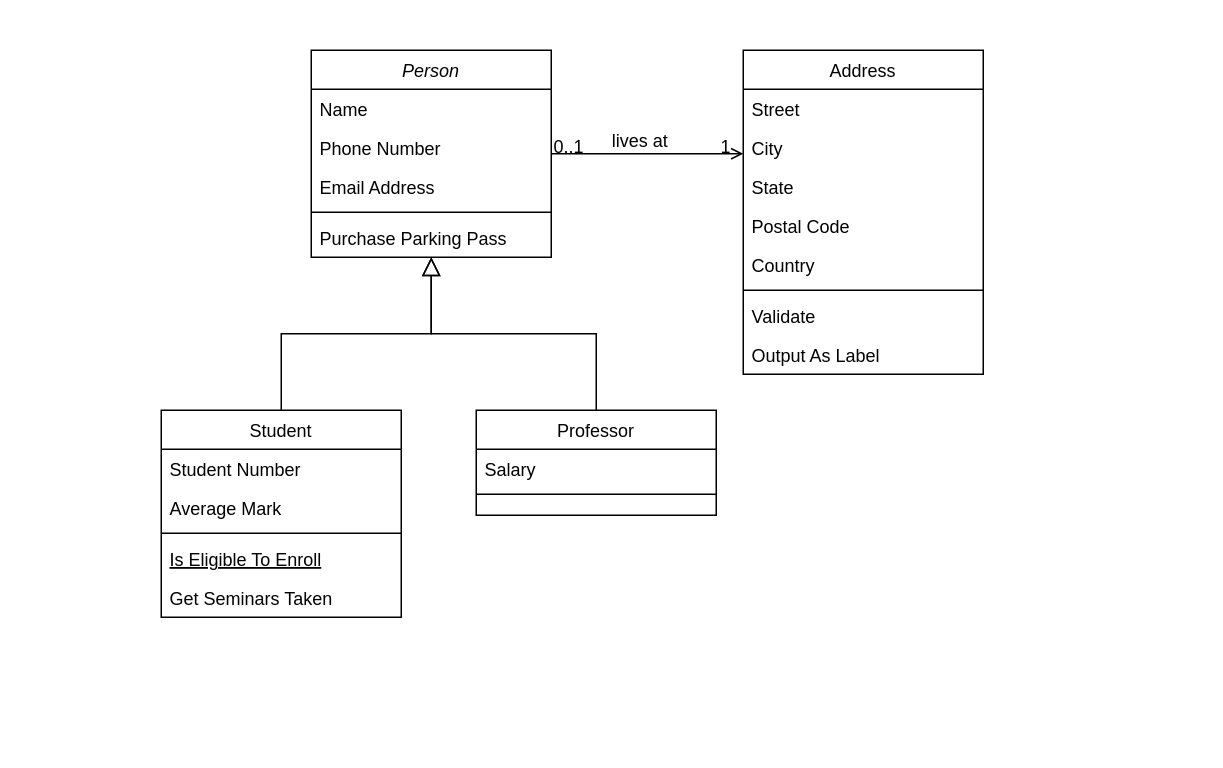
This is ER-Werkzeugkasten.drawio from Benjamin-K/draw.io, a draw.io file, before an edit. Source tidied: cells renumbered, new cells numbered last; positions are measured from the earlier drawing's top-left corner, leaving out a move shared by most shapes. Both pictures are drawn from the tidied source at 150%, with x=0, y=0 at pixel (160, 50).
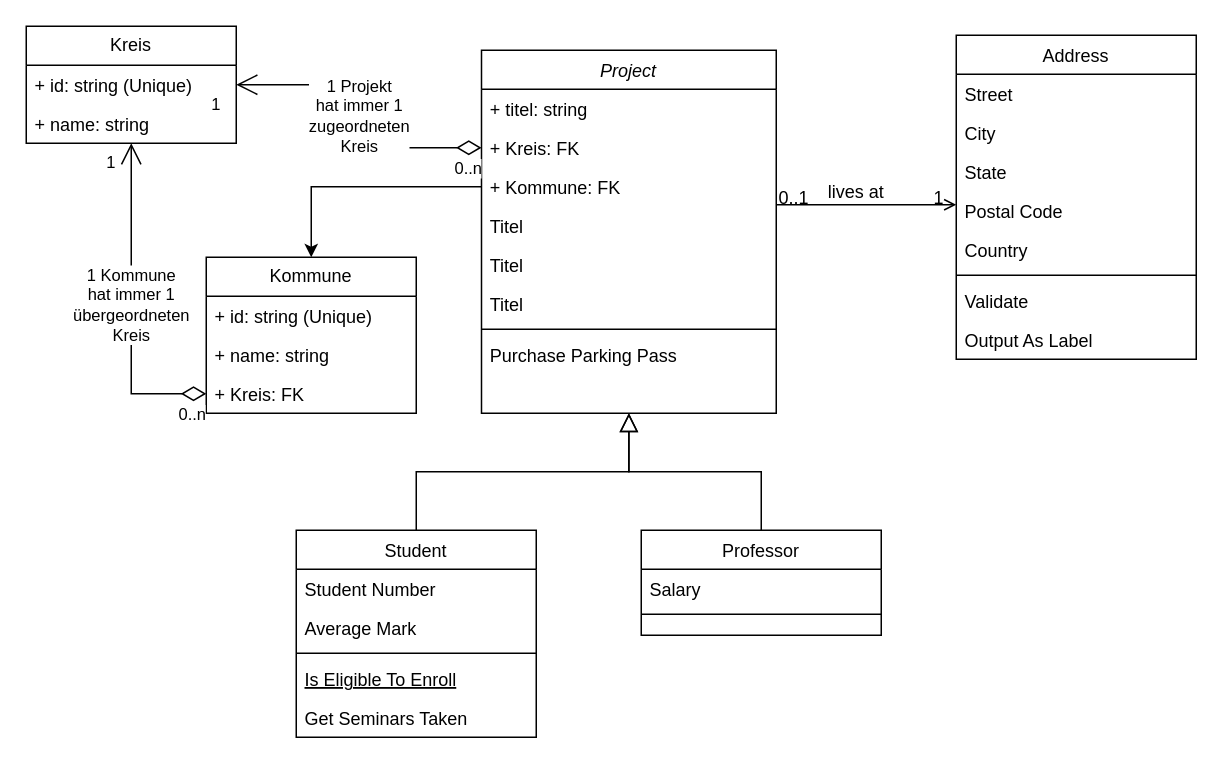
The same diagram, later.

Change to the diagram source:
```diff
@@
-    <mxCell id="2" value="Person" style="swimlane;fontStyle=2;align=center;verticalAlign=top;horizontal=1;startSize=26;rounded=0;shadow=0;strokeWidth=1;" parent="1" vertex="1">
-      <mxGeometry x="100" width="160" height="138" as="geometry" />
+    <mxCell id="2" value="Project" style="swimlane;fontStyle=2;align=center;verticalAlign=top;horizontal=1;startSize=26;rounded=0;shadow=0;strokeWidth=1;" parent="1" vertex="1">
+      <mxGeometry x="213.5" width="196.5" height="242" as="geometry" />
     </mxCell>
-    <mxCell id="3" value="Name" style="text;align=left;verticalAlign=top;spacingLeft=4;spacingRight=4;overflow=hidden;" parent="2" vertex="1">
-      <mxGeometry y="26" width="160" height="26" as="geometry" />
+    <mxCell id="3" value="+ titel: string" style="text;align=left;verticalAlign=top;spacingLeft=4;spacingRight=4;overflow=hidden;" parent="2" vertex="1">
+      <mxGeometry y="26" width="196.5" height="26" as="geometry" />
     </mxCell>
-    <mxCell id="4" value="Phone Number" style="text;align=left;verticalAlign=top;spacingLeft=4;spacingRight=4;overflow=hidden;rounded=0;shadow=0;html=0;" parent="2" vertex="1">
-      <mxGeometry y="52" width="160" height="26" as="geometry" />
-    </mxCell>
-    <mxCell id="5" value="Email Address" style="text;align=left;verticalAlign=top;spacingLeft=4;spacingRight=4;overflow=hidden;rounded=0;shadow=0;html=0;" parent="2" vertex="1">
-      <mxGeometry y="78" width="160" height="26" as="geometry" />
-    </mxCell>
+    <mxCell id="32" value="+ Kreis: FK" style="text;align=left;verticalAlign=top;spacingLeft=4;spacingRight=4;overflow=hidden;points=[[0,0.5],[1,0.5]];portConstraint=eastwest;" parent="2" vertex="1">
+      <mxGeometry y="52" width="196.5" height="26" as="geometry" />
+    </mxCell>
+    <mxCell id="33" value="+ Kommune: FK" style="text;align=left;verticalAlign=top;spacingLeft=4;spacingRight=4;overflow=hidden;points=[[0,0.5],[1,0.5]];portConstraint=eastwest;" parent="2" vertex="1">
+      <mxGeometry y="78" width="196.5" height="26" as="geometry" />
+    </mxCell>
+    <mxCell id="34" value="Titel" style="text;align=left;verticalAlign=top;spacingLeft=4;spacingRight=4;overflow=hidden;" parent="2" vertex="1">
+      <mxGeometry y="104" width="196.5" height="26" as="geometry" />
+    </mxCell>
+    <mxCell id="35" value="Titel" style="text;align=left;verticalAlign=top;spacingLeft=4;spacingRight=4;overflow=hidden;" parent="2" vertex="1">
+      <mxGeometry y="130" width="196.5" height="26" as="geometry" />
+    </mxCell>
+    <mxCell id="36" value="Titel" style="text;align=left;verticalAlign=top;spacingLeft=4;spacingRight=4;overflow=hidden;" parent="2" vertex="1">
+      <mxGeometry y="156" width="196.5" height="26" as="geometry" />
+    </mxCell>
     <mxCell id="6" style="line;html=1;strokeWidth=1;align=left;verticalAlign=middle;spacingTop=-1;spacingLeft=3;spacingRight=3;labelPosition=right;" parent="2" vertex="1">
-      <mxGeometry y="104" width="160" height="8" as="geometry" />
+      <mxGeometry y="182" width="196.5" height="8" as="geometry" />
     </mxCell>
     <mxCell id="7" value="Purchase Parking Pass" style="text;align=left;verticalAlign=top;spacingLeft=4;spacingRight=4;overflow=hidden;" parent="2" vertex="1">
-      <mxGeometry y="112" width="160" height="26" as="geometry" />
+      <mxGeometry y="190" width="196.5" height="26" as="geometry" />
     </mxCell>
     <mxCell id="8" value="Student" style="swimlane;fontStyle=0;align=center;verticalAlign=top;horizontal=1;startSize=26;rounded=0;shadow=0;strokeWidth=1;" parent="1" vertex="1">
-      <mxGeometry y="240" width="160" height="138" as="geometry" />
+      <mxGeometry x="90" y="320" width="160" height="138" as="geometry" />
     </mxCell>
@@
     <mxCell id="15" value="Professor" style="swimlane;fontStyle=0;align=center;verticalAlign=top;horizontal=1;startSize=26;rounded=0;shadow=0;strokeWidth=1;" parent="1" vertex="1">
-      <mxGeometry x="210" y="240" width="160" height="70" as="geometry" />
+      <mxGeometry x="320" y="320" width="160" height="70" as="geometry" />
     </mxCell>
@@
     <mxCell id="19" value="Address" style="swimlane;fontStyle=0;align=center;verticalAlign=top;horizontal=1;startSize=26;rounded=0;shadow=0;strokeWidth=1;" parent="1" vertex="1">
-      <mxGeometry x="388" width="160" height="216" as="geometry" />
+      <mxGeometry x="530" y="-10" width="160" height="216" as="geometry" />
     </mxCell>
@@
+    <mxCell id="37" value="Kommune" style="swimlane;fontStyle=0;horizontal=1;startSize=26;fillColor=none;whiteSpace=wrap;html=1;" parent="1" vertex="1">
+      <mxGeometry x="30" y="138" width="140" height="104" as="geometry" />
+    </mxCell>
+    <mxCell id="38" value="+ id: string (Unique)" style="text;strokeColor=none;fillColor=none;align=left;verticalAlign=top;spacingLeft=4;spacingRight=4;overflow=hidden;whiteSpace=wrap;html=1;" parent="37" vertex="1">
+      <mxGeometry y="26" width="140" height="26" as="geometry" />
+    </mxCell>
+    <mxCell id="39" value="+ name: string" style="text;strokeColor=none;fillColor=none;align=left;verticalAlign=top;spacingLeft=4;spacingRight=4;overflow=hidden;whiteSpace=wrap;html=1;" parent="37" vertex="1">
+      <mxGeometry y="52" width="140" height="26" as="geometry" />
+    </mxCell>
+    <mxCell id="40" value="+ Kreis: FK" style="text;strokeColor=none;fillColor=none;align=left;verticalAlign=top;spacingLeft=4;spacingRight=4;overflow=hidden;points=[[0,0.5],[1,0.5]];portConstraint=eastwest;whiteSpace=wrap;html=1;" parent="37" vertex="1">
+      <mxGeometry y="78" width="140" height="26" as="geometry" />
+    </mxCell>
+    <mxCell id="41" style="edgeStyle=orthogonalEdgeStyle;rounded=0;jettySize=auto;html=1;entryX=0.5;entryY=0;entryDx=0;entryDy=0;" parent="1" edge="1" source="33" target="37">
+      <mxGeometry relative="1" as="geometry">
+        <Array as="points">
+          <mxPoint x="100" y="91" />
+        </Array>
+      </mxGeometry>
+    </mxCell>
+    <mxCell id="42" value="Kreis" style="swimlane;fontStyle=0;horizontal=1;startSize=26;fillColor=none;whiteSpace=wrap;html=1;" parent="1" vertex="1">
+      <mxGeometry x="-90" y="-16" width="140" height="78" as="geometry" />
+    </mxCell>
+    <mxCell id="43" value="+ id: string (Unique)" style="text;strokeColor=none;fillColor=none;align=left;verticalAlign=top;spacingLeft=4;spacingRight=4;overflow=hidden;whiteSpace=wrap;html=1;" parent="42" vertex="1">
+      <mxGeometry y="26" width="140" height="26" as="geometry" />
+    </mxCell>
+    <mxCell id="44" value="+ name: string" style="text;strokeColor=none;fillColor=none;align=left;verticalAlign=top;spacingLeft=4;spacingRight=4;overflow=hidden;whiteSpace=wrap;html=1;" parent="42" vertex="1">
+      <mxGeometry y="52" width="140" height="26" as="geometry" />
+    </mxCell>
+    <mxCell id="45" value="1 Kommune &lt;br&gt;hat&amp;nbsp;immer 1 &lt;br&gt;übergeordneten&lt;br&gt;Kreis" style="endArrow=open;html=1;endSize=12;startArrow=diamondThin;startSize=14;startFill=0;edgeStyle=orthogonalEdgeStyle;rounded=0;exitX=0;exitY=0.5;exitDx=0;exitDy=0;" parent="1" edge="1" source="40" target="42">
+      <mxGeometry relative="1" as="geometry" />
+    </mxCell>
+    <mxCell id="46" value="0..n" style="edgeLabel;html=1;align=left;verticalAlign=top;" parent="45" vertex="1">
+      <mxGeometry x="-1" relative="1" as="geometry">
+        <mxPoint x="-20" y="1" as="offset" />
+      </mxGeometry>
+    </mxCell>
+    <mxCell id="47" value="1" style="edgeLabel;html=1;align=right;verticalAlign=top;" parent="45" vertex="1">
+      <mxGeometry x="1" relative="1" as="geometry">
+        <mxPoint x="-10" as="offset" />
+      </mxGeometry>
+    </mxCell>
+    <mxCell id="48" value="1 Projekt&lt;br&gt;hat&amp;nbsp;immer 1 &lt;br&gt;zugeordneten&lt;br&gt;Kreis" style="endArrow=open;html=1;endSize=12;startArrow=diamondThin;startSize=14;startFill=0;edgeStyle=orthogonalEdgeStyle;rounded=0;" parent="1" edge="1" source="32" target="42">
+      <mxGeometry relative="1" as="geometry" />
+    </mxCell>
+    <mxCell id="49" value="0..n" style="edgeLabel;html=1;align=left;verticalAlign=top;" parent="48" vertex="1">
+      <mxGeometry x="-1" relative="1" as="geometry">
+        <mxPoint x="-20" y="1" as="offset" />
+      </mxGeometry>
+    </mxCell>
+    <mxCell id="50" value="1" style="edgeLabel;html=1;align=right;verticalAlign=top;" parent="48" vertex="1">
+      <mxGeometry x="1" relative="1" as="geometry">
+        <mxPoint x="-10" as="offset" />
+      </mxGeometry>
+    </mxCell>
```
